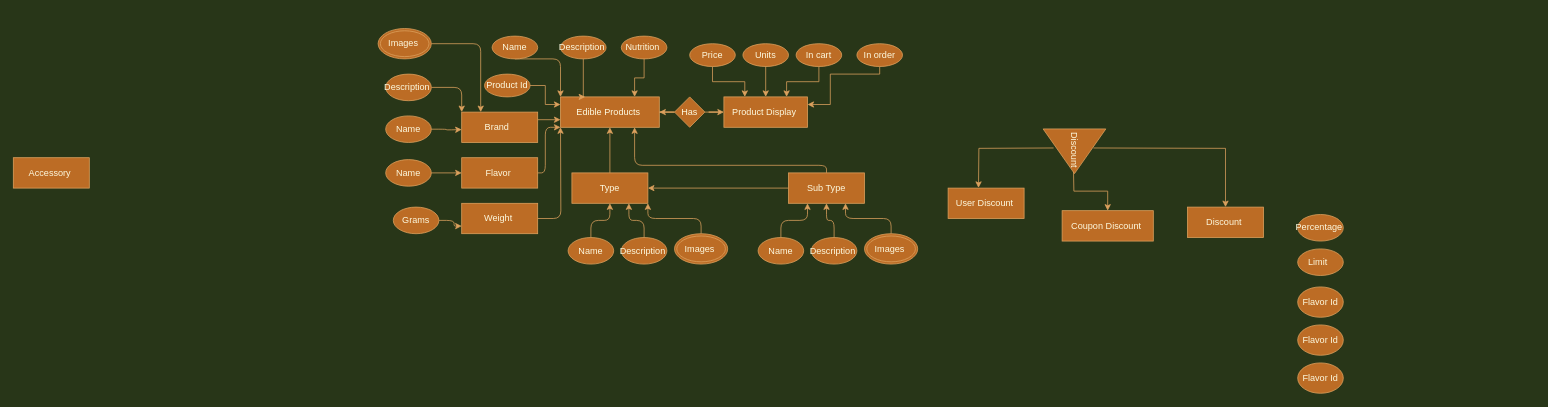
JamesHellerAnish/Blog keeps this draw.io diagram as Backend.drawio. Above is the earlier version. Source tidied: cells renumbered, new cells numbered last; positions are measured from the earlier drawing's top-left corner, leaving out a move shared by most shapes. Both pictures are drawn from the tidied source at 76%, with x=0, y=0 at pixel (13, 28).
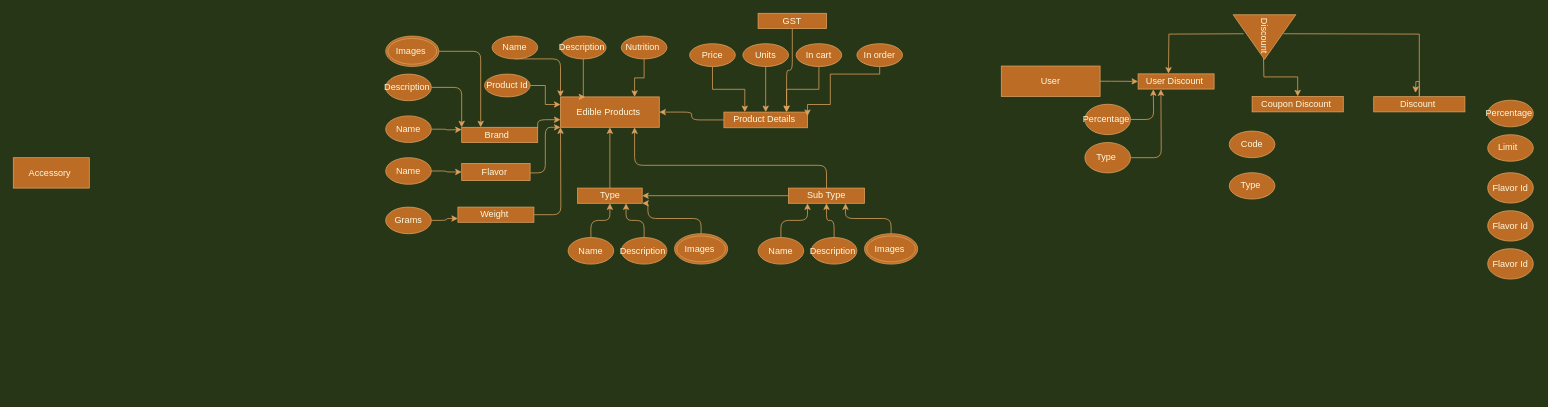
The same page after the edit.

The change refers to these unchanged cells:
```xml
<mxCell id="2" value="Edible Products&amp;nbsp;" style="rounded=0;whiteSpace=wrap;html=1;fillColor=#BC6C25;strokeColor=#DDA15E;fontColor=#FEFAE0;" parent="1" vertex="1">
  <mxGeometry x="720" y="90" width="130" height="40" as="geometry" />
</mxCell>
```

What changed in the source:
```diff
@@
+    <mxCell id="69" style="edgeStyle=orthogonalEdgeStyle;curved=0;rounded=1;sketch=0;jettySize=auto;html=1;entryX=1;entryY=0.5;entryDx=0;entryDy=0;fontColor=#FEFAE0;strokeColor=#DDA15E;fillColor=#BC6C25;" parent="1" edge="1" source="3" target="2">
+      <mxGeometry relative="1" as="geometry" />
+    </mxCell>
-    <mxCell id="3" value="Product Display&amp;nbsp;" style="rounded=0;whiteSpace=wrap;html=1;fillColor=#BC6C25;strokeColor=#DDA15E;fontColor=#FEFAE0;" parent="1" vertex="1">
-      <mxGeometry x="935" y="90" width="110" height="40" as="geometry" />
+    <mxCell id="3" value="Product Details&amp;nbsp;" style="rounded=0;whiteSpace=wrap;html=1;fillColor=#BC6C25;strokeColor=#DDA15E;fontColor=#FEFAE0;" parent="1" vertex="1">
+      <mxGeometry x="935" y="110" width="110" height="20.6" as="geometry" />
     </mxCell>
@@
-    <mxCell id="12" style="edgeStyle=orthogonalEdgeStyle;rounded=0;jettySize=auto;html=1;entryX=0;entryY=0.5;entryDx=0;entryDy=0;labelBackgroundColor=#283618;strokeColor=#DDA15E;fontColor=#FEFAE0;" parent="1" edge="1" source="14" target="3">
-      <mxGeometry relative="1" as="geometry" />
-    </mxCell>
-    <mxCell id="13" style="edgeStyle=orthogonalEdgeStyle;rounded=0;jettySize=auto;html=1;labelBackgroundColor=#283618;strokeColor=#DDA15E;fontColor=#FEFAE0;" parent="1" edge="1" source="14" target="2">
-      <mxGeometry relative="1" as="geometry" />
-    </mxCell>
-    <mxCell id="14" value="Has" style="rhombus;whiteSpace=wrap;html=1;fillColor=#BC6C25;strokeColor=#DDA15E;fontColor=#FEFAE0;" parent="1" vertex="1">
-      <mxGeometry x="870" y="90" width="40" height="40" as="geometry" />
-    </mxCell>
     <mxCell id="15" style="edgeStyle=orthogonalEdgeStyle;rounded=0;orthogonalLoop=1;jettySize=auto;html=1;labelBackgroundColor=#283618;strokeColor=#DDA15E;fontColor=#FEFAE0;" parent="1" edge="1">
       <mxGeometry relative="1" as="geometry">
-        <mxPoint x="1368.8" y="157.2" as="sourcePoint" />
-        <mxPoint x="1270" y="209.7" as="targetPoint" />
+        <mxPoint x="1618.8" y="6.9" as="sourcePoint" />
+        <mxPoint x="1520" y="59.4" as="targetPoint" />
       </mxGeometry>
     </mxCell>
     <mxCell id="16" style="edgeStyle=orthogonalEdgeStyle;rounded=0;jettySize=auto;html=1;labelBackgroundColor=#283618;strokeColor=#DDA15E;fontColor=#FEFAE0;" parent="1" edge="1" target="19">
       <mxGeometry relative="1" as="geometry">
-        <mxPoint x="1395" y="187.2" as="sourcePoint" />
+        <mxPoint x="1645" y="36.9" as="sourcePoint" />
       </mxGeometry>
     </mxCell>
-    <mxCell id="17" style="edgeStyle=orthogonalEdgeStyle;rounded=0;jettySize=auto;html=1;labelBackgroundColor=#283618;strokeColor=#DDA15E;fontColor=#FEFAE0;" parent="1" edge="1" target="20">
+    <mxCell id="17" style="edgeStyle=orthogonalEdgeStyle;rounded=0;jettySize=auto;html=1;labelBackgroundColor=#283618;strokeColor=#DDA15E;fontColor=#FEFAE0;startArrow=none;" parent="1" edge="1" source="20">
       <mxGeometry relative="1" as="geometry">
-        <mxPoint x="1421.2" y="157.2" as="sourcePoint" />
+        <mxPoint x="1845" y="84.7" as="targetPoint" />
       </mxGeometry>
     </mxCell>
     <mxCell id="18" value="User Discount&amp;nbsp;" style="whiteSpace=wrap;html=1;fillColor=#BC6C25;strokeColor=#DDA15E;fontColor=#FEFAE0;" parent="1" vertex="1">
-      <mxGeometry x="1230" y="210" width="100" height="40" as="geometry" />
+      <mxGeometry x="1480" y="59.7" width="100" height="20" as="geometry" />
     </mxCell>
     <mxCell id="19" value="Coupon Discount&amp;nbsp;" style="whiteSpace=wrap;html=1;fillColor=#BC6C25;strokeColor=#DDA15E;fontColor=#FEFAE0;" parent="1" vertex="1">
-      <mxGeometry x="1380" y="239.7" width="120" height="40" as="geometry" />
+      <mxGeometry x="1630" y="89.4" width="120" height="20.3" as="geometry" />
     </mxCell>
-    <mxCell id="20" value="Discount&amp;nbsp;" style="whiteSpace=wrap;html=1;fillColor=#BC6C25;strokeColor=#DDA15E;fontColor=#FEFAE0;" parent="1" vertex="1">
-      <mxGeometry x="1545" y="235" width="100" height="40" as="geometry" />
-    </mxCell>
     <mxCell id="21" value="Discount&amp;nbsp;" style="triangle;whiteSpace=wrap;html=1;fontColor=#FEFAE0;rotation=90;fillColor=#BC6C25;strokeColor=#DDA15E;" parent="1" vertex="1">
-      <mxGeometry x="1366.9" y="120.3" width="58.8" height="82.5" as="geometry" />
+      <mxGeometry x="1616.9" y="-30" width="58.8" height="82.5" as="geometry" />
     </mxCell>
@@
     <mxCell id="32" value="Type" style="whiteSpace=wrap;html=1;fillColor=#BC6C25;strokeColor=#DDA15E;fontColor=#FEFAE0;" parent="1" vertex="1">
-      <mxGeometry x="735" y="190" width="100" height="40" as="geometry" />
+      <mxGeometry x="742.5" y="210" width="85" height="20" as="geometry" />
     </mxCell>
@@
     <mxCell id="35" value="Sub Type" style="whiteSpace=wrap;html=1;fillColor=#BC6C25;strokeColor=#DDA15E;fontColor=#FEFAE0;" parent="1" vertex="1">
-      <mxGeometry x="1020" y="190" width="100" height="40" as="geometry" />
+      <mxGeometry x="1020" y="210" width="100" height="20" as="geometry" />
     </mxCell>
@@
     <mxCell id="37" value="Brand &amp;nbsp;" style="whiteSpace=wrap;html=1;fillColor=#BC6C25;strokeColor=#DDA15E;fontColor=#FEFAE0;" parent="1" vertex="1">
-      <mxGeometry x="590" y="110" width="100" height="40" as="geometry" />
+      <mxGeometry x="590" y="130" width="100" height="20" as="geometry" />
     </mxCell>
@@
     <mxCell id="39" value="Flavor&amp;nbsp;" style="whiteSpace=wrap;html=1;fillColor=#BC6C25;strokeColor=#DDA15E;fontColor=#FEFAE0;" parent="1" vertex="1">
-      <mxGeometry x="590" y="170" width="100" height="40" as="geometry" />
+      <mxGeometry x="590" y="177.5" width="90" height="22.5" as="geometry" />
     </mxCell>
@@
     <mxCell id="41" value="Weight&amp;nbsp;" style="whiteSpace=wrap;html=1;fillColor=#BC6C25;strokeColor=#DDA15E;fontColor=#FEFAE0;" parent="1" vertex="1">
-      <mxGeometry x="590" y="230" width="100" height="40" as="geometry" />
+      <mxGeometry x="585" y="235" width="100" height="20" as="geometry" />
     </mxCell>
@@
     <mxCell id="43" value="Grams" style="ellipse;whiteSpace=wrap;html=1;rotation=0;fillColor=#BC6C25;strokeColor=#DDA15E;fontColor=#FEFAE0;" parent="1" vertex="1">
-      <mxGeometry x="500" y="235" width="60" height="35" as="geometry" />
+      <mxGeometry x="490" y="235" width="60" height="35" as="geometry" />
     </mxCell>
@@
     <mxCell id="45" value="Name" style="ellipse;whiteSpace=wrap;html=1;rotation=0;fillColor=#BC6C25;strokeColor=#DDA15E;fontColor=#FEFAE0;" parent="1" vertex="1">
-      <mxGeometry x="490" y="172.5" width="60" height="35" as="geometry" />
+      <mxGeometry x="490" y="170" width="60" height="35" as="geometry" />
     </mxCell>
@@
     <mxCell id="51" value="Images&amp;nbsp;" style="ellipse;shape=doubleEllipse;margin=3;whiteSpace=wrap;html=1;align=center;rounded=0;sketch=0;fontColor=#FEFAE0;strokeColor=#DDA15E;fillColor=#BC6C25;" parent="1" vertex="1">
-      <mxGeometry x="480" width="70" height="40" as="geometry" />
+      <mxGeometry x="490" y="10" width="70" height="40" as="geometry" />
     </mxCell>
@@
     <mxCell id="64" value="Percentage&amp;nbsp;" style="ellipse;whiteSpace=wrap;html=1;rotation=0;fillColor=#BC6C25;strokeColor=#DDA15E;fontColor=#FEFAE0;" parent="1" vertex="1">
-      <mxGeometry x="1690" y="244.7" width="60" height="35" as="geometry" />
+      <mxGeometry x="1940" y="94.4" width="60" height="35" as="geometry" />
     </mxCell>
     <mxCell id="65" value="Limit &amp;nbsp;" style="ellipse;whiteSpace=wrap;html=1;rotation=0;fillColor=#BC6C25;strokeColor=#DDA15E;fontColor=#FEFAE0;" parent="1" vertex="1">
-      <mxGeometry x="1690" y="290" width="60" height="35" as="geometry" />
+      <mxGeometry x="1940" y="139.7" width="60" height="35" as="geometry" />
     </mxCell>
     <mxCell id="66" value="Flavor Id" style="ellipse;whiteSpace=wrap;html=1;rotation=0;fillColor=#BC6C25;strokeColor=#DDA15E;fontColor=#FEFAE0;" parent="1" vertex="1">
-      <mxGeometry x="1690" y="340" width="60" height="40" as="geometry" />
+      <mxGeometry x="1940" y="189.7" width="60" height="40" as="geometry" />
     </mxCell>
     <mxCell id="67" value="Flavor Id" style="ellipse;whiteSpace=wrap;html=1;rotation=0;fillColor=#BC6C25;strokeColor=#DDA15E;fontColor=#FEFAE0;" parent="1" vertex="1">
-      <mxGeometry x="1690" y="390" width="60" height="40" as="geometry" />
+      <mxGeometry x="1940" y="239.7" width="60" height="40" as="geometry" />
     </mxCell>
     <mxCell id="68" value="Flavor Id" style="ellipse;whiteSpace=wrap;html=1;rotation=0;fillColor=#BC6C25;strokeColor=#DDA15E;fontColor=#FEFAE0;" parent="1" vertex="1">
-      <mxGeometry x="1690" y="440" width="60" height="40" as="geometry" />
+      <mxGeometry x="1940" y="289.7" width="60" height="40" as="geometry" />
     </mxCell>
+    <mxCell id="70" style="edgeStyle=orthogonalEdgeStyle;curved=0;rounded=1;sketch=0;jettySize=auto;html=1;fontColor=#FEFAE0;strokeColor=#DDA15E;fillColor=#BC6C25;entryX=0.75;entryY=0;entryDx=0;entryDy=0;" parent="1" edge="1" source="71" target="3">
+      <mxGeometry relative="1" as="geometry" />
+    </mxCell>
+    <mxCell id="71" value="GST" style="rounded=0;whiteSpace=wrap;html=1;fillColor=#BC6C25;strokeColor=#DDA15E;fontColor=#FEFAE0;" parent="1" vertex="1">
+      <mxGeometry x="980" y="-20" width="90" height="20" as="geometry" />
+    </mxCell>
+    <mxCell id="20" value="Discount&amp;nbsp;" style="whiteSpace=wrap;html=1;fillColor=#BC6C25;strokeColor=#DDA15E;fontColor=#FEFAE0;" parent="1" vertex="1">
+      <mxGeometry x="1790" y="89.7" width="120" height="20" as="geometry" />
+    </mxCell>
+    <mxCell id="72" style="edgeStyle=orthogonalEdgeStyle;rounded=0;jettySize=auto;html=1;labelBackgroundColor=#283618;strokeColor=#DDA15E;fontColor=#FEFAE0;endArrow=none;" parent="1" edge="1" target="20">
+      <mxGeometry relative="1" as="geometry">
+        <mxPoint x="1671.2" y="6.9" as="sourcePoint" />
+      </mxGeometry>
+    </mxCell>
+    <mxCell id="73" style="edgeStyle=orthogonalEdgeStyle;curved=0;rounded=1;sketch=0;jettySize=auto;html=1;fontColor=#FEFAE0;strokeColor=#DDA15E;fillColor=#BC6C25;endArrow=classic;endFill=1;" parent="1" edge="1" source="74">
+      <mxGeometry relative="1" as="geometry">
+        <mxPoint x="1500" y="80" as="targetPoint" />
+      </mxGeometry>
+    </mxCell>
+    <mxCell id="74" value="Percentage&amp;nbsp;" style="ellipse;whiteSpace=wrap;html=1;rotation=0;fillColor=#BC6C25;strokeColor=#DDA15E;fontColor=#FEFAE0;" parent="1" vertex="1">
+      <mxGeometry x="1410" y="99.7" width="60" height="40" as="geometry" />
+    </mxCell>
+    <mxCell id="75" style="edgeStyle=orthogonalEdgeStyle;curved=0;rounded=1;sketch=0;jettySize=auto;html=1;fontColor=#FEFAE0;strokeColor=#DDA15E;fillColor=#BC6C25;" parent="1" edge="1" source="76">
+      <mxGeometry relative="1" as="geometry">
+        <mxPoint x="1510" y="80" as="targetPoint" />
+      </mxGeometry>
+    </mxCell>
+    <mxCell id="76" value="Type&amp;nbsp;" style="ellipse;whiteSpace=wrap;html=1;rotation=0;fillColor=#BC6C25;strokeColor=#DDA15E;fontColor=#FEFAE0;" parent="1" vertex="1">
+      <mxGeometry x="1410" y="150" width="60" height="40" as="geometry" />
+    </mxCell>
+    <mxCell id="77" style="edgeStyle=orthogonalEdgeStyle;curved=0;rounded=1;sketch=0;jettySize=auto;html=1;entryX=0;entryY=0.5;entryDx=0;entryDy=0;fontColor=#FEFAE0;endArrow=classic;endFill=1;strokeColor=#DDA15E;fillColor=#BC6C25;" parent="1" edge="1" source="78" target="18">
+      <mxGeometry relative="1" as="geometry" />
+    </mxCell>
+    <mxCell id="78" value="User" style="rounded=0;whiteSpace=wrap;html=1;fillColor=#BC6C25;strokeColor=#DDA15E;fontColor=#FEFAE0;" parent="1" vertex="1">
+      <mxGeometry x="1300" y="49.4" width="130" height="40" as="geometry" />
+    </mxCell>
+    <mxCell id="79" value="Code" style="ellipse;whiteSpace=wrap;html=1;rotation=0;fillColor=#BC6C25;strokeColor=#DDA15E;fontColor=#FEFAE0;" parent="1" vertex="1">
+      <mxGeometry x="1600" y="135" width="60" height="35" as="geometry" />
+    </mxCell>
+    <mxCell id="80" value="Type&amp;nbsp;" style="ellipse;whiteSpace=wrap;html=1;rotation=0;fillColor=#BC6C25;strokeColor=#DDA15E;fontColor=#FEFAE0;" parent="1" vertex="1">
+      <mxGeometry x="1600" y="189.7" width="60" height="34.7" as="geometry" />
+    </mxCell>
```
